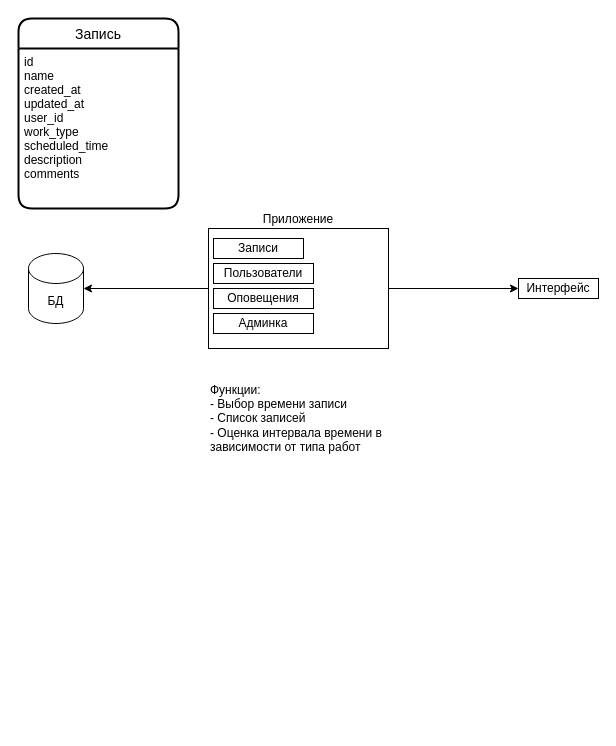
rreboot/booking keeps this draw.io diagram as prototype.drawio. Above is the earlier version. Source tidied: cells renumbered, new cells numbered last; positions are measured from the earlier drawing's top-left corner, leaving out a move shared by most shapes. Both pictures are drawn from the tidied source at 100%, with x=0, y=0 at pixel (18, 18).
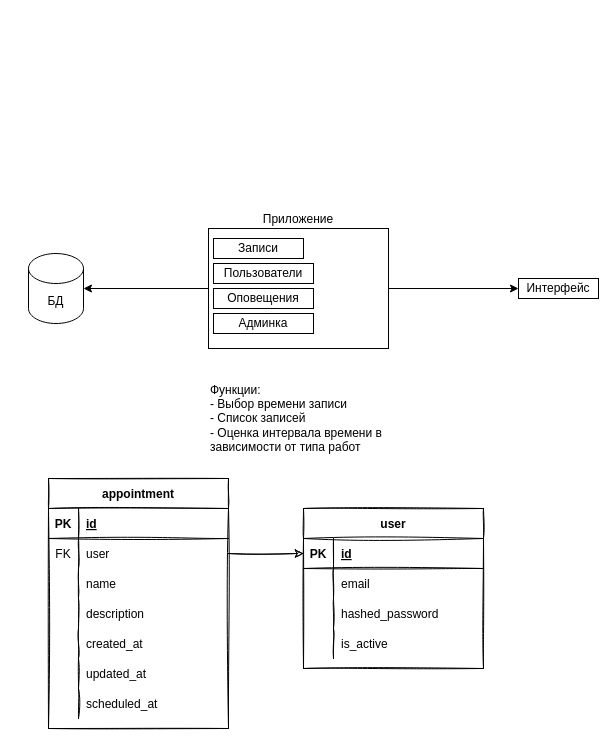
The same page after the edit.

Commit message (it also covers changes not shown here):
appointment model

Change to the diagram source:
```diff
@@
-    <mxCell id="11" value="Запись" style="swimlane;horizontal=1;startSize=30;rounded=1;fontSize=14;fontStyle=0;strokeWidth=2;shadow=0;dashed=0;align=center;" parent="1" vertex="1">
-      <mxGeometry width="160" height="190" as="geometry" />
-    </mxCell>
-    <mxCell id="12" value="id&#10;name&#10;created_at&#10;updated_at&#10;user_id&#10;work_type&#10;scheduled_time&#10;description&#10;comments&#10;" style="align=left;strokeColor=none;fillColor=none;spacingLeft=4;fontSize=12;verticalAlign=top;" parent="11" vertex="1">
-      <mxGeometry y="30" width="160" height="160" as="geometry" />
-    </mxCell>
@@
+    <mxCell id="14" value="appointment" style="shape=table;startSize=30;childLayout=tableLayout;rowLines=0;fontStyle=1;align=center;sketch=1;" parent="1" vertex="1">
+      <mxGeometry x="30" y="460" width="180" height="250" as="geometry" />
+    </mxCell>
+    <mxCell id="15" style="shape=tableRow;horizontal=0;startSize=0;swimlaneHead=0;swimlaneBody=0;fillColor=none;top=0;left=0;right=0;bottom=1;sketch=1;" parent="14" vertex="1">
+      <mxGeometry y="30" width="180" height="30" as="geometry" />
+    </mxCell>
+    <mxCell id="16" value="PK" style="shape=partialRectangle;fillColor=none;top=0;left=0;bottom=0;right=0;fontStyle=1;overflow=hidden;sketch=1;" parent="15" vertex="1">
+      <mxGeometry width="30" height="30" as="geometry" />
+    </mxCell>
+    <mxCell id="17" value="id" style="shape=partialRectangle;fillColor=none;top=0;left=0;bottom=0;right=0;align=left;spacingLeft=6;fontStyle=5;overflow=hidden;sketch=1;" parent="15" vertex="1">
+      <mxGeometry x="30" width="150" height="30" as="geometry" />
+    </mxCell>
+    <mxCell id="18" style="shape=tableRow;horizontal=0;startSize=0;swimlaneHead=0;swimlaneBody=0;fillColor=none;points=[[0,0.5],[1,0.5]];portConstraint=eastwest;top=0;left=0;right=0;bottom=0;sketch=1;" parent="14" vertex="1">
+      <mxGeometry y="60" width="180" height="30" as="geometry" />
+    </mxCell>
+    <mxCell id="19" value="FK" style="shape=partialRectangle;fillColor=none;top=0;left=0;bottom=0;right=0;overflow=hidden;sketch=1;" parent="18" vertex="1">
+      <mxGeometry width="30" height="30" as="geometry" />
+    </mxCell>
+    <mxCell id="20" value="user" style="shape=partialRectangle;fillColor=none;top=0;left=0;bottom=0;right=0;align=left;spacingLeft=6;overflow=hidden;sketch=1;" parent="18" vertex="1">
+      <mxGeometry x="30" width="150" height="30" as="geometry" />
+    </mxCell>
+    <mxCell id="21" style="shape=tableRow;horizontal=0;startSize=0;swimlaneHead=0;swimlaneBody=0;fillColor=none;top=0;left=0;right=0;bottom=0;sketch=1;" parent="14" vertex="1">
+      <mxGeometry y="90" width="180" height="30" as="geometry" />
+    </mxCell>
+    <mxCell id="22" style="shape=partialRectangle;fillColor=none;top=0;left=0;bottom=0;right=0;overflow=hidden;sketch=1;" parent="21" vertex="1">
+      <mxGeometry width="30" height="30" as="geometry" />
+    </mxCell>
+    <mxCell id="23" value="name" style="shape=partialRectangle;fillColor=none;top=0;left=0;bottom=0;right=0;align=left;spacingLeft=6;overflow=hidden;sketch=1;" parent="21" vertex="1">
+      <mxGeometry x="30" width="150" height="30" as="geometry" />
+    </mxCell>
+    <mxCell id="24" style="shape=tableRow;horizontal=0;startSize=0;swimlaneHead=0;swimlaneBody=0;fillColor=none;top=0;left=0;right=0;bottom=0;sketch=1;" parent="14" vertex="1">
+      <mxGeometry y="120" width="180" height="30" as="geometry" />
+    </mxCell>
+    <mxCell id="25" style="shape=partialRectangle;fillColor=none;top=0;left=0;bottom=0;right=0;overflow=hidden;sketch=1;" parent="24" vertex="1">
+      <mxGeometry width="30" height="30" as="geometry" />
+    </mxCell>
+    <mxCell id="26" value="description" style="shape=partialRectangle;fillColor=none;top=0;left=0;bottom=0;right=0;align=left;spacingLeft=6;overflow=hidden;sketch=1;" parent="24" vertex="1">
+      <mxGeometry x="30" width="150" height="30" as="geometry" />
+    </mxCell>
+    <mxCell id="27" style="shape=tableRow;horizontal=0;startSize=0;swimlaneHead=0;swimlaneBody=0;fillColor=none;top=0;left=0;right=0;bottom=0;sketch=1;" parent="14" vertex="1">
+      <mxGeometry y="150" width="180" height="30" as="geometry" />
+    </mxCell>
+    <mxCell id="28" style="shape=partialRectangle;fillColor=none;top=0;left=0;bottom=0;right=0;overflow=hidden;sketch=1;" parent="27" vertex="1">
+      <mxGeometry width="30" height="30" as="geometry" />
+    </mxCell>
+    <mxCell id="29" value="created_at" style="shape=partialRectangle;fillColor=none;top=0;left=0;bottom=0;right=0;align=left;spacingLeft=6;overflow=hidden;sketch=1;" parent="27" vertex="1">
+      <mxGeometry x="30" width="150" height="30" as="geometry" />
+    </mxCell>
+    <mxCell id="30" style="shape=tableRow;horizontal=0;startSize=0;swimlaneHead=0;swimlaneBody=0;fillColor=none;top=0;left=0;right=0;bottom=0;sketch=1;" parent="14" vertex="1">
+      <mxGeometry y="180" width="180" height="30" as="geometry" />
+    </mxCell>
+    <mxCell id="31" style="shape=partialRectangle;fillColor=none;top=0;left=0;bottom=0;right=0;overflow=hidden;sketch=1;" parent="30" vertex="1">
+      <mxGeometry width="30" height="30" as="geometry" />
+    </mxCell>
+    <mxCell id="32" value="updated_at" style="shape=partialRectangle;fillColor=none;top=0;left=0;bottom=0;right=0;align=left;spacingLeft=6;overflow=hidden;sketch=1;" parent="30" vertex="1">
+      <mxGeometry x="30" width="150" height="30" as="geometry" />
+    </mxCell>
+    <mxCell id="33" style="shape=tableRow;horizontal=0;startSize=0;swimlaneHead=0;swimlaneBody=0;fillColor=none;top=0;left=0;right=0;bottom=0;sketch=1;" parent="14" vertex="1">
+      <mxGeometry y="210" width="180" height="30" as="geometry" />
+    </mxCell>
+    <mxCell id="34" style="shape=partialRectangle;fillColor=none;top=0;left=0;bottom=0;right=0;overflow=hidden;sketch=1;" parent="33" vertex="1">
+      <mxGeometry width="30" height="30" as="geometry" />
+    </mxCell>
+    <mxCell id="35" value="scheduled_at" style="shape=partialRectangle;fillColor=none;top=0;left=0;bottom=0;right=0;align=left;spacingLeft=6;overflow=hidden;sketch=1;" parent="33" vertex="1">
+      <mxGeometry x="30" width="150" height="30" as="geometry" />
+    </mxCell>
+    <mxCell id="36" value="user" style="shape=table;startSize=30;childLayout=tableLayout;rowLines=0;fontStyle=1;align=center;sketch=1;" parent="1" vertex="1">
+      <mxGeometry x="285" y="490" width="180" height="160" as="geometry" />
+    </mxCell>
+    <mxCell id="37" style="shape=tableRow;horizontal=0;startSize=0;swimlaneHead=0;swimlaneBody=0;fillColor=none;points=[[0,0.5],[1,0.5]];portConstraint=eastwest;top=0;left=0;right=0;bottom=1;sketch=1;" parent="36" vertex="1">
+      <mxGeometry y="30" width="180" height="30" as="geometry" />
+    </mxCell>
+    <mxCell id="38" value="PK" style="shape=partialRectangle;fillColor=none;top=0;left=0;bottom=0;right=0;fontStyle=1;overflow=hidden;sketch=1;" parent="37" vertex="1">
+      <mxGeometry width="30" height="30" as="geometry" />
+    </mxCell>
+    <mxCell id="39" value="id" style="shape=partialRectangle;fillColor=none;top=0;left=0;bottom=0;right=0;align=left;spacingLeft=6;fontStyle=5;overflow=hidden;sketch=1;" parent="37" vertex="1">
+      <mxGeometry x="30" width="150" height="30" as="geometry" />
+    </mxCell>
+    <mxCell id="40" style="shape=tableRow;horizontal=0;startSize=0;swimlaneHead=0;swimlaneBody=0;fillColor=none;top=0;left=0;right=0;bottom=0;sketch=1;" parent="36" vertex="1">
+      <mxGeometry y="60" width="180" height="30" as="geometry" />
+    </mxCell>
+    <mxCell id="41" style="shape=partialRectangle;fillColor=none;top=0;left=0;bottom=0;right=0;overflow=hidden;sketch=1;" parent="40" vertex="1">
+      <mxGeometry width="30" height="30" as="geometry" />
+    </mxCell>
+    <mxCell id="42" value="email" style="shape=partialRectangle;fillColor=none;top=0;left=0;bottom=0;right=0;align=left;spacingLeft=6;overflow=hidden;sketch=1;" parent="40" vertex="1">
+      <mxGeometry x="30" width="150" height="30" as="geometry" />
+    </mxCell>
+    <mxCell id="43" style="shape=tableRow;horizontal=0;startSize=0;swimlaneHead=0;swimlaneBody=0;fillColor=none;top=0;left=0;right=0;bottom=0;sketch=1;" parent="36" vertex="1">
+      <mxGeometry y="90" width="180" height="30" as="geometry" />
+    </mxCell>
+    <mxCell id="44" style="shape=partialRectangle;fillColor=none;top=0;left=0;bottom=0;right=0;overflow=hidden;sketch=1;" parent="43" vertex="1">
+      <mxGeometry width="30" height="30" as="geometry" />
+    </mxCell>
+    <mxCell id="45" value="hashed_password" style="shape=partialRectangle;fillColor=none;top=0;left=0;bottom=0;right=0;align=left;spacingLeft=6;overflow=hidden;sketch=1;" parent="43" vertex="1">
+      <mxGeometry x="30" width="150" height="30" as="geometry" />
+    </mxCell>
+    <mxCell id="46" style="shape=tableRow;horizontal=0;startSize=0;swimlaneHead=0;swimlaneBody=0;fillColor=none;top=0;left=0;right=0;bottom=0;sketch=1;" parent="36" vertex="1">
+      <mxGeometry y="120" width="180" height="30" as="geometry" />
+    </mxCell>
+    <mxCell id="47" style="shape=partialRectangle;fillColor=none;top=0;left=0;bottom=0;right=0;overflow=hidden;sketch=1;" parent="46" vertex="1">
+      <mxGeometry width="30" height="30" as="geometry" />
+    </mxCell>
+    <mxCell id="48" value="is_active" style="shape=partialRectangle;fillColor=none;top=0;left=0;bottom=0;right=0;align=left;spacingLeft=6;overflow=hidden;sketch=1;" parent="46" vertex="1">
+      <mxGeometry x="30" width="150" height="30" as="geometry" />
+    </mxCell>
+    <mxCell id="49" style="edgeStyle=orthogonalEdgeStyle;rounded=1;sketch=1;jettySize=auto;html=1;exitX=1;exitY=0.5;exitDx=0;exitDy=0;entryX=0;entryY=0.5;entryDx=0;entryDy=0;" parent="1" edge="1" source="18" target="37">
+      <mxGeometry relative="1" as="geometry" />
+    </mxCell>
```
